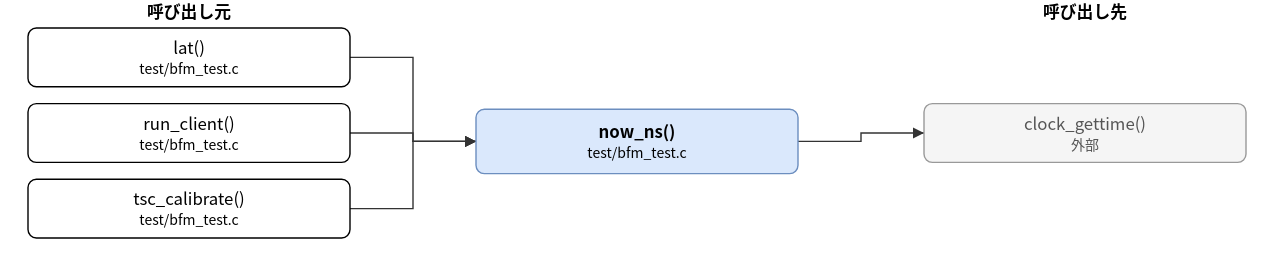
hf355051012-ai/bfmem keeps this draw.io diagram as doc/spec/images/call_test_bfm_test-now_ns.drawio.svg. Above is the earlier version. Source tidied: cells renumbered, new cells last; positions are measured from the earlier drawing's top-left corner, leaving out a move shared by most shapes. Source of this version:
```xml
<mxGraphModel>
  <root>
    <mxCell id="0" />
    <mxCell id="1" parent="0" />
    <mxCell id="2" value="now_ns()&lt;br&gt;&lt;font style=&quot;font-size:10px&quot;&gt;test/bfm_test.c&lt;/font&gt;" style="rounded=1;whiteSpace=wrap;html=1;fillColor=#dae8fc;strokeColor=#6c8ebf;fontStyle=1;" parent="1" vertex="1">
      <mxGeometry x="320" y="78" width="230" height="46" as="geometry" />
    </mxCell>
    <mxCell id="3" value="lat()&lt;br&gt;&lt;font style=&quot;font-size:10px&quot;&gt;test/bfm_test.c&lt;/font&gt;" style="rounded=1;whiteSpace=wrap;html=1;" parent="1" vertex="1">
      <mxGeometry y="20" width="230" height="42" as="geometry" />
    </mxCell>
    <mxCell id="4" value="run_client()&lt;br&gt;&lt;font style=&quot;font-size:10px&quot;&gt;test/bfm_test.c&lt;/font&gt;" style="rounded=1;whiteSpace=wrap;html=1;" parent="1" vertex="1">
      <mxGeometry y="74" width="230" height="42" as="geometry" />
    </mxCell>
    <mxCell id="5" value="tsc_calibrate()&lt;br&gt;&lt;font style=&quot;font-size:10px&quot;&gt;test/bfm_test.c&lt;/font&gt;" style="rounded=1;whiteSpace=wrap;html=1;" parent="1" vertex="1">
      <mxGeometry y="128" width="230" height="42" as="geometry" />
    </mxCell>
    <mxCell id="6" value="clock_gettime()&lt;br&gt;&lt;font style=&quot;font-size:10px&quot;&gt;外部&lt;/font&gt;" style="rounded=1;whiteSpace=wrap;html=1;fillColor=#f5f5f5;strokeColor=#999999;fontColor=#555555;" parent="1" vertex="1">
      <mxGeometry x="640" y="74" width="230" height="42" as="geometry" />
    </mxCell>
    <mxCell id="7" style="edgeStyle=none;html=1;rounded=0;endArrow=block;endFill=1;exitX=1.0000;exitY=0.5000;exitDx=0;exitDy=0;exitPerimeter=0;entryX=0.0000;entryY=0.5000;entryDx=0;entryDy=0;entryPerimeter=0;" parent="1" edge="1" source="3" target="2">
      <mxGeometry relative="1" as="geometry">
        <Array as="points">
          <mxPoint x="275" y="41" />
          <mxPoint x="275" y="101" />
        </Array>
      </mxGeometry>
    </mxCell>
    <mxCell id="8" style="edgeStyle=none;html=1;rounded=0;endArrow=block;endFill=1;exitX=1.0000;exitY=0.5000;exitDx=0;exitDy=0;exitPerimeter=0;entryX=0.0000;entryY=0.5000;entryDx=0;entryDy=0;entryPerimeter=0;" parent="1" edge="1" source="4" target="2">
      <mxGeometry relative="1" as="geometry">
        <Array as="points">
          <mxPoint x="275" y="95" />
          <mxPoint x="275" y="101" />
        </Array>
      </mxGeometry>
    </mxCell>
    <mxCell id="9" style="edgeStyle=none;html=1;rounded=0;endArrow=block;endFill=1;exitX=1.0000;exitY=0.5000;exitDx=0;exitDy=0;exitPerimeter=0;entryX=0.0000;entryY=0.5000;entryDx=0;entryDy=0;entryPerimeter=0;" parent="1" edge="1" source="5" target="2">
      <mxGeometry relative="1" as="geometry">
        <Array as="points">
          <mxPoint x="275" y="149" />
          <mxPoint x="275" y="101" />
        </Array>
      </mxGeometry>
    </mxCell>
    <mxCell id="10" style="edgeStyle=none;html=1;rounded=0;endArrow=block;endFill=1;exitX=1.0000;exitY=0.5000;exitDx=0;exitDy=0;exitPerimeter=0;entryX=0.0000;entryY=0.5000;entryDx=0;entryDy=0;entryPerimeter=0;" parent="1" edge="1" source="2" target="6">
      <mxGeometry relative="1" as="geometry">
        <Array as="points">
          <mxPoint x="595" y="101" />
          <mxPoint x="595" y="95" />
        </Array>
      </mxGeometry>
    </mxCell>
    <mxCell id="11" value="呼び出し元" style="text;html=1;align=center;fontStyle=1;" parent="1" vertex="1">
      <mxGeometry x="35" width="160" height="18" as="geometry" />
    </mxCell>
    <mxCell id="12" value="呼び出し先" style="text;html=1;align=center;fontStyle=1;" parent="1" vertex="1">
      <mxGeometry x="675" width="160" height="18" as="geometry" />
    </mxCell>
  </root>
</mxGraphModel>
```
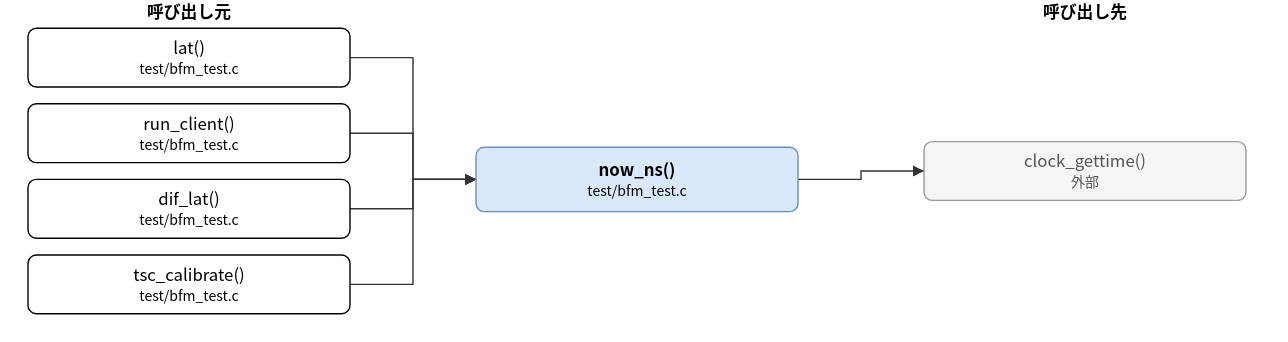
The same file after the commit.

The edit, as a diff of the source:
```diff
@@ -3,7 +3,7 @@
     <mxCell id="0" />
     <mxCell id="1" parent="0" />
     <mxCell id="2" value="now_ns()&lt;br&gt;&lt;font style=&quot;font-size:10px&quot;&gt;test/bfm_test.c&lt;/font&gt;" style="rounded=1;whiteSpace=wrap;html=1;fillColor=#dae8fc;strokeColor=#6c8ebf;fontStyle=1;" parent="1" vertex="1">
-      <mxGeometry x="320" y="78" width="230" height="46" as="geometry" />
+      <mxGeometry x="320" y="105" width="230" height="46" as="geometry" />
     </mxCell>
     <mxCell id="3" value="lat()&lt;br&gt;&lt;font style=&quot;font-size:10px&quot;&gt;test/bfm_test.c&lt;/font&gt;" style="rounded=1;whiteSpace=wrap;html=1;" parent="1" vertex="1">
       <mxGeometry y="20" width="230" height="42" as="geometry" />
@@ -11,17 +11,20 @@
     <mxCell id="4" value="run_client()&lt;br&gt;&lt;font style=&quot;font-size:10px&quot;&gt;test/bfm_test.c&lt;/font&gt;" style="rounded=1;whiteSpace=wrap;html=1;" parent="1" vertex="1">
       <mxGeometry y="74" width="230" height="42" as="geometry" />
     </mxCell>
-    <mxCell id="5" value="tsc_calibrate()&lt;br&gt;&lt;font style=&quot;font-size:10px&quot;&gt;test/bfm_test.c&lt;/font&gt;" style="rounded=1;whiteSpace=wrap;html=1;" parent="1" vertex="1">
+    <mxCell id="5" value="dif_lat()&lt;br&gt;&lt;font style=&quot;font-size:10px&quot;&gt;test/bfm_test.c&lt;/font&gt;" style="rounded=1;whiteSpace=wrap;html=1;" parent="1" vertex="1">
       <mxGeometry y="128" width="230" height="42" as="geometry" />
     </mxCell>
+    <mxCell id="13" value="tsc_calibrate()&lt;br&gt;&lt;font style=&quot;font-size:10px&quot;&gt;test/bfm_test.c&lt;/font&gt;" style="rounded=1;whiteSpace=wrap;html=1;" parent="1" vertex="1">
+      <mxGeometry y="182" width="230" height="42" as="geometry" />
+    </mxCell>
     <mxCell id="6" value="clock_gettime()&lt;br&gt;&lt;font style=&quot;font-size:10px&quot;&gt;外部&lt;/font&gt;" style="rounded=1;whiteSpace=wrap;html=1;fillColor=#f5f5f5;strokeColor=#999999;fontColor=#555555;" parent="1" vertex="1">
-      <mxGeometry x="640" y="74" width="230" height="42" as="geometry" />
+      <mxGeometry x="640" y="101" width="230" height="42" as="geometry" />
     </mxCell>
     <mxCell id="7" style="edgeStyle=none;html=1;rounded=0;endArrow=block;endFill=1;exitX=1.0000;exitY=0.5000;exitDx=0;exitDy=0;exitPerimeter=0;entryX=0.0000;entryY=0.5000;entryDx=0;entryDy=0;entryPerimeter=0;" parent="1" edge="1" source="3" target="2">
       <mxGeometry relative="1" as="geometry">
         <Array as="points">
           <mxPoint x="275" y="41" />
-          <mxPoint x="275" y="101" />
+          <mxPoint x="275" y="128" />
         </Array>
       </mxGeometry>
     </mxCell>
@@ -29,7 +32,7 @@
       <mxGeometry relative="1" as="geometry">
         <Array as="points">
           <mxPoint x="275" y="95" />
-          <mxPoint x="275" y="101" />
+          <mxPoint x="275" y="128" />
         </Array>
       </mxGeometry>
     </mxCell>
@@ -37,18 +40,26 @@
       <mxGeometry relative="1" as="geometry">
         <Array as="points">
           <mxPoint x="275" y="149" />
-          <mxPoint x="275" y="101" />
+          <mxPoint x="275" y="128" />
         </Array>
       </mxGeometry>
     </mxCell>
-    <mxCell id="10" style="edgeStyle=none;html=1;rounded=0;endArrow=block;endFill=1;exitX=1.0000;exitY=0.5000;exitDx=0;exitDy=0;exitPerimeter=0;entryX=0.0000;entryY=0.5000;entryDx=0;entryDy=0;entryPerimeter=0;" parent="1" edge="1" source="2" target="6">
+    <mxCell id="10" style="edgeStyle=none;html=1;rounded=0;endArrow=block;endFill=1;exitX=1.0000;exitY=0.5000;exitDx=0;exitDy=0;exitPerimeter=0;entryX=0.0000;entryY=0.5000;entryDx=0;entryDy=0;entryPerimeter=0;" parent="1" edge="1" source="13" target="2">
       <mxGeometry relative="1" as="geometry">
         <Array as="points">
-          <mxPoint x="595" y="101" />
-          <mxPoint x="595" y="95" />
+          <mxPoint x="275" y="203" />
+          <mxPoint x="275" y="128" />
         </Array>
       </mxGeometry>
     </mxCell>
+    <mxCell id="14" style="edgeStyle=none;html=1;rounded=0;endArrow=block;endFill=1;exitX=1.0000;exitY=0.5000;exitDx=0;exitDy=0;exitPerimeter=0;entryX=0.0000;entryY=0.5000;entryDx=0;entryDy=0;entryPerimeter=0;" parent="1" edge="1" source="2" target="6">
+      <mxGeometry relative="1" as="geometry">
+        <Array as="points">
+          <mxPoint x="595" y="128" />
+          <mxPoint x="595" y="122" />
+        </Array>
+      </mxGeometry>
+    </mxCell>
     <mxCell id="11" value="呼び出し元" style="text;html=1;align=center;fontStyle=1;" parent="1" vertex="1">
       <mxGeometry x="35" width="160" height="18" as="geometry" />
     </mxCell>
```
